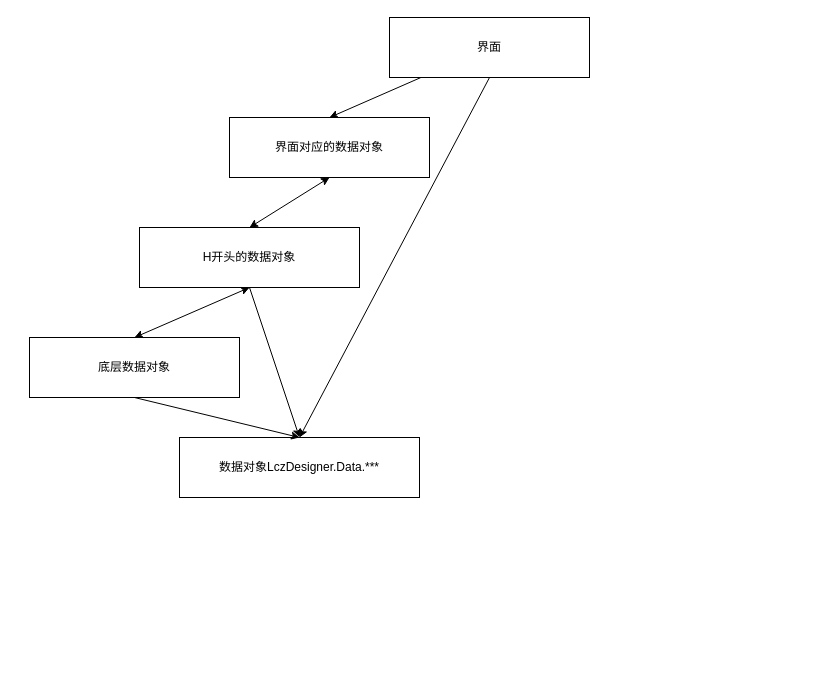
Above: 未命名绘图.drawio in wxj1102/draw.io (draw.io), before the change. Source tidied: cells renumbered, new cells numbered last; positions are measured from the earlier drawing's top-left corner, leaving out a move shared by most shapes. Both pictures are drawn from the tidied source at 100%, with x=0, y=0 at pixel (29, 17).
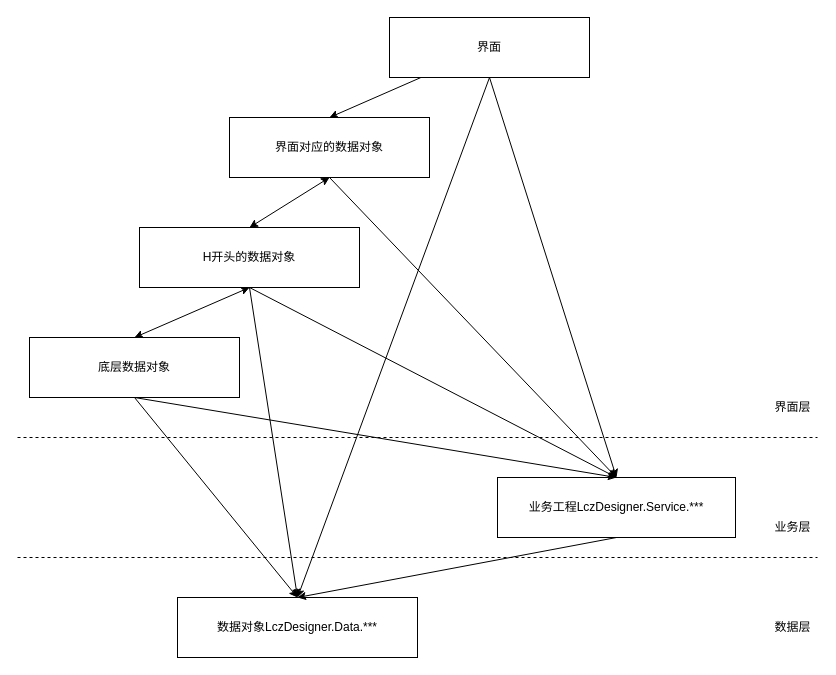
After the change.

Commit message:
更新未命名绘图.drawio

Unchanged cells that the change refers to:
```xml
<mxCell id="3" value="H开头的数据对象" style="rounded=0;whiteSpace=wrap;html=1;" parent="1" vertex="1">
  <mxGeometry x="110" y="210" width="220" height="60" as="geometry" />
</mxCell>
<mxCell id="4" value="底层数据对象" style="rounded=0;whiteSpace=wrap;html=1;" parent="1" vertex="1">
  <mxGeometry y="320" width="210" height="60" as="geometry" />
</mxCell>
<mxCell id="7" value="界面" style="rounded=0;whiteSpace=wrap;html=1;" parent="1" vertex="1">
  <mxGeometry x="360" width="200" height="60" as="geometry" />
</mxCell>
<mxCell id="8" value="界面对应的数据对象" style="rounded=0;whiteSpace=wrap;html=1;" parent="1" vertex="1">
  <mxGeometry x="200" y="100" width="200" height="60" as="geometry" />
</mxCell>
```

The edit, as a diff of the source:
```diff
@@
     <mxCell id="2" value="数据对象LczDesigner.Data.***&lt;br&gt;" style="rounded=0;whiteSpace=wrap;html=1;" parent="1" vertex="1">
-      <mxGeometry x="150" y="420" width="240" height="60" as="geometry" />
+      <mxGeometry x="148" y="580" width="240" height="60" as="geometry" />
     </mxCell>
@@
+    <mxCell id="13" value="业务工程LczDesigner.Service.***" style="rounded=0;whiteSpace=wrap;html=1;" parent="1" vertex="1">
+      <mxGeometry x="468" y="460" width="238" height="60" as="geometry" />
+    </mxCell>
+    <mxCell id="14" style="endArrow=classic;html=1;exitX=0.5;exitY=1;exitDx=0;exitDy=0;entryX=0.5;entryY=0;entryDx=0;entryDy=0;" parent="1" edge="1" source="13" target="2">
+      <mxGeometry relative="1" as="geometry" />
+    </mxCell>
+    <mxCell id="15" style="endArrow=classic;html=1;exitX=0.5;exitY=1;exitDx=0;exitDy=0;entryX=0.5;entryY=0;entryDx=0;entryDy=0;" parent="1" edge="1" source="7" target="13">
+      <mxGeometry relative="1" as="geometry" />
+    </mxCell>
+    <mxCell id="16" style="endArrow=classic;html=1;exitX=0.5;exitY=1;exitDx=0;exitDy=0;entryX=0.5;entryY=0;entryDx=0;entryDy=0;" parent="1" edge="1" source="8" target="13">
+      <mxGeometry relative="1" as="geometry" />
+    </mxCell>
+    <mxCell id="17" style="endArrow=classic;html=1;exitX=0.5;exitY=1;exitDx=0;exitDy=0;entryX=0.5;entryY=0;entryDx=0;entryDy=0;" parent="1" edge="1" source="3" target="13">
+      <mxGeometry relative="1" as="geometry" />
+    </mxCell>
+    <mxCell id="18" style="endArrow=classic;html=1;exitX=0.5;exitY=1;exitDx=0;exitDy=0;entryX=0.5;entryY=0;entryDx=0;entryDy=0;" parent="1" edge="1" source="4" target="13">
+      <mxGeometry relative="1" as="geometry" />
+    </mxCell>
+    <mxCell id="19" value="界面层" style="text;html=1;align=center;verticalAlign=middle;" parent="1" vertex="1">
+      <mxGeometry x="738" y="380" width="50" height="20" as="geometry" />
+    </mxCell>
+    <mxCell id="20" value="业务层" style="text;html=1;align=center;verticalAlign=middle;" parent="1" vertex="1">
+      <mxGeometry x="738" y="500" width="50" height="20" as="geometry" />
+    </mxCell>
+    <mxCell id="21" value="数据层" style="text;html=1;align=center;verticalAlign=middle;" parent="1" vertex="1">
+      <mxGeometry x="738" y="600" width="50" height="20" as="geometry" />
+    </mxCell>
+    <mxCell id="22" style="endArrow=none;dashed=1;html=1;" parent="1" edge="1">
+      <mxGeometry relative="1" as="geometry">
+        <mxPoint x="-12" y="420" as="sourcePoint" />
+        <mxPoint x="788" y="420" as="targetPoint" />
+      </mxGeometry>
+    </mxCell>
+    <mxCell id="23" style="endArrow=none;dashed=1;html=1;" parent="1" edge="1">
+      <mxGeometry relative="1" as="geometry">
+        <mxPoint x="-12" y="540" as="sourcePoint" />
+        <mxPoint x="788" y="540" as="targetPoint" />
+      </mxGeometry>
+    </mxCell>
```
